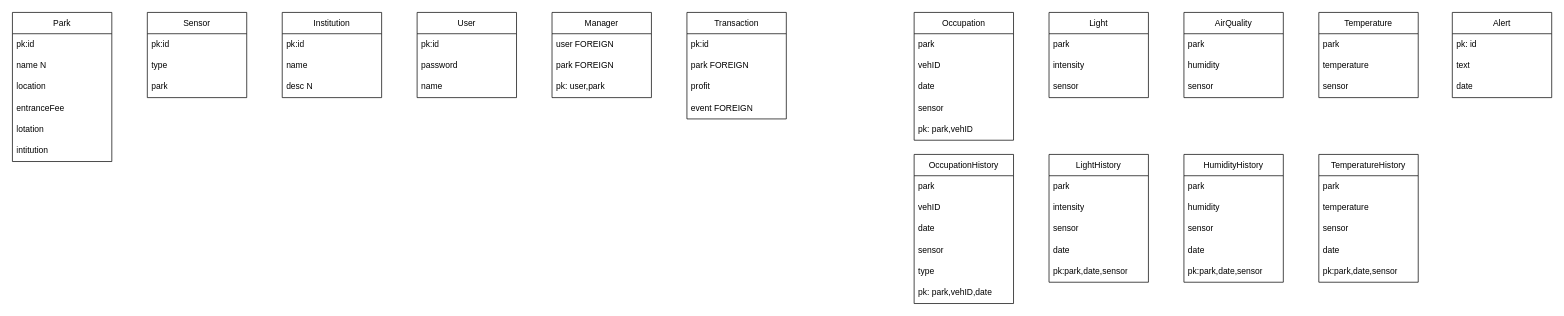
Earlier version of the draw.io diagram Planning/DB/DM.drawio (VicS18/ies-2023-snap-park). Source tidied: cells renumbered, new cells numbered last; positions are measured from the earlier drawing's top-left corner, leaving out a move shared by most shapes. Both pictures are drawn from the tidied source at 71%, with x=0, y=0 at pixel (12, 12).
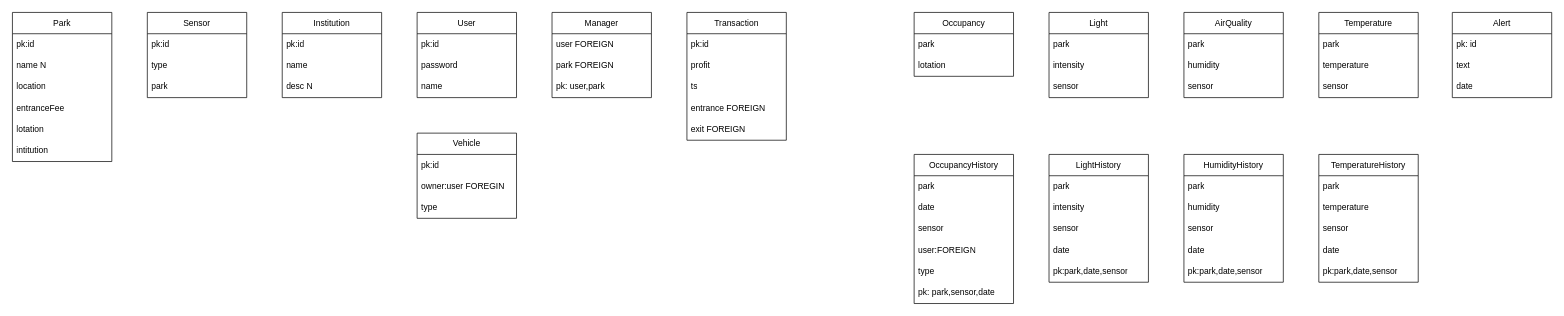
The same page after the edit.

Change to the diagram source:
```diff
@@
-    <mxCell id="51" value="Occupation" style="swimlane;fontStyle=0;horizontal=1;startSize=30;whiteSpace=wrap;html=1;" parent="1" vertex="1">
-      <mxGeometry x="1270" width="140" height="180" as="geometry" />
+    <mxCell id="51" value="Occupancy" style="swimlane;fontStyle=0;horizontal=1;startSize=30;whiteSpace=wrap;html=1;" parent="1" vertex="1">
+      <mxGeometry x="1270" width="140" height="90" as="geometry" />
     </mxCell>
@@
-    <mxCell id="53" value="vehID" style="text;strokeColor=none;fillColor=none;align=left;verticalAlign=middle;spacingLeft=4;spacingRight=4;overflow=hidden;whiteSpace=wrap;html=1;" parent="51" vertex="1">
+    <mxCell id="53" value="lotation" style="text;strokeColor=none;fillColor=none;align=left;verticalAlign=middle;spacingLeft=4;spacingRight=4;overflow=hidden;whiteSpace=wrap;html=1;" parent="51" vertex="1">
       <mxGeometry y="60" width="140" height="30" as="geometry" />
     </mxCell>
-    <mxCell id="54" value="date" style="text;strokeColor=none;fillColor=none;align=left;verticalAlign=middle;spacingLeft=4;spacingRight=4;overflow=hidden;whiteSpace=wrap;html=1;" parent="51" vertex="1">
-      <mxGeometry y="90" width="140" height="30" as="geometry" />
-    </mxCell>
-    <mxCell id="55" value="sensor" style="text;strokeColor=none;fillColor=none;align=left;verticalAlign=middle;spacingLeft=4;spacingRight=4;overflow=hidden;whiteSpace=wrap;html=1;" parent="51" vertex="1">
-      <mxGeometry y="120" width="140" height="30" as="geometry" />
-    </mxCell>
-    <mxCell id="56" value="pk: park,vehID" style="text;strokeColor=none;fillColor=none;align=left;verticalAlign=middle;spacingLeft=4;spacingRight=4;overflow=hidden;whiteSpace=wrap;html=1;" parent="51" vertex="1">
-      <mxGeometry y="150" width="140" height="30" as="geometry" />
-    </mxCell>
-    <mxCell id="57" value="OccupationHistory" style="swimlane;fontStyle=0;horizontal=1;startSize=30;whiteSpace=wrap;html=1;" parent="1" vertex="1">
+    <mxCell id="57" value="OccupancyHistory" style="swimlane;fontStyle=0;horizontal=1;startSize=30;whiteSpace=wrap;html=1;" parent="1" vertex="1">
       <mxGeometry x="1270" y="200" width="140" height="210" as="geometry" />
     </mxCell>
@@
-    <mxCell id="59" value="vehID" style="text;strokeColor=none;fillColor=none;align=left;verticalAlign=middle;spacingLeft=4;spacingRight=4;overflow=hidden;whiteSpace=wrap;html=1;" parent="57" vertex="1">
-      <mxGeometry y="60" width="140" height="30" as="geometry" />
-    </mxCell>
     <mxCell id="60" value="date" style="text;strokeColor=none;fillColor=none;align=left;verticalAlign=middle;spacingLeft=4;spacingRight=4;overflow=hidden;whiteSpace=wrap;html=1;" parent="57" vertex="1">
-      <mxGeometry y="90" width="140" height="30" as="geometry" />
+      <mxGeometry y="60" width="140" height="30" as="geometry" />
     </mxCell>
     <mxCell id="61" value="sensor" style="text;strokeColor=none;fillColor=none;align=left;verticalAlign=middle;spacingLeft=4;spacingRight=4;overflow=hidden;whiteSpace=wrap;html=1;" parent="57" vertex="1">
-      <mxGeometry y="120" width="140" height="30" as="geometry" />
+      <mxGeometry y="90" width="140" height="30" as="geometry" />
     </mxCell>
+    <mxCell id="77" value="user:FOREIGN" style="text;strokeColor=none;fillColor=none;align=left;verticalAlign=middle;spacingLeft=4;spacingRight=4;overflow=hidden;whiteSpace=wrap;html=1;" parent="57" vertex="1">
+      <mxGeometry y="120" width="140" height="30" as="geometry" />
+    </mxCell>
@@
-    <mxCell id="63" value="pk: park,vehID,date" style="text;strokeColor=none;fillColor=none;align=left;verticalAlign=middle;spacingLeft=4;spacingRight=4;overflow=hidden;whiteSpace=wrap;html=1;" parent="57" vertex="1">
+    <mxCell id="63" value="pk: park,sensor,date" style="text;strokeColor=none;fillColor=none;align=left;verticalAlign=middle;spacingLeft=4;spacingRight=4;overflow=hidden;whiteSpace=wrap;html=1;" parent="57" vertex="1">
       <mxGeometry y="180" width="140" height="30" as="geometry" />
     </mxCell>
@@
     <mxCell id="72" value="Transaction" style="swimlane;fontStyle=0;horizontal=1;startSize=30;whiteSpace=wrap;html=1;" parent="1" vertex="1">
-      <mxGeometry x="950" width="140" height="150" as="geometry" />
+      <mxGeometry x="950" width="140" height="180" as="geometry" />
     </mxCell>
@@
-    <mxCell id="74" value="park FOREIGN" style="text;strokeColor=none;fillColor=none;align=left;verticalAlign=middle;spacingLeft=4;spacingRight=4;overflow=hidden;whiteSpace=wrap;html=1;" parent="72" vertex="1">
-      <mxGeometry y="60" width="140" height="30" as="geometry" />
-    </mxCell>
     <mxCell id="75" value="profit" style="text;strokeColor=none;fillColor=none;align=left;verticalAlign=middle;spacingLeft=4;spacingRight=4;overflow=hidden;whiteSpace=wrap;html=1;" parent="72" vertex="1">
-      <mxGeometry y="90" width="140" height="30" as="geometry" />
+      <mxGeometry y="60" width="140" height="30" as="geometry" />
     </mxCell>
+    <mxCell id="78" value="ts" style="text;strokeColor=none;fillColor=none;align=left;verticalAlign=middle;spacingLeft=4;spacingRight=4;overflow=hidden;whiteSpace=wrap;html=1;" parent="72" vertex="1">
+      <mxGeometry y="90" width="140" height="30" as="geometry" />
+    </mxCell>
+    <mxCell id="79" value="entrance FOREIGN" style="text;strokeColor=none;fillColor=none;align=left;verticalAlign=middle;spacingLeft=4;spacingRight=4;overflow=hidden;whiteSpace=wrap;html=1;" parent="72" vertex="1">
+      <mxGeometry y="120" width="140" height="30" as="geometry" />
+    </mxCell>
-    <mxCell id="76" value="event FOREIGN" style="text;strokeColor=none;fillColor=none;align=left;verticalAlign=middle;spacingLeft=4;spacingRight=4;overflow=hidden;whiteSpace=wrap;html=1;" parent="72" vertex="1">
-      <mxGeometry y="120" width="140" height="30" as="geometry" />
+    <mxCell id="76" value="exit FOREIGN" style="text;strokeColor=none;fillColor=none;align=left;verticalAlign=middle;spacingLeft=4;spacingRight=4;overflow=hidden;whiteSpace=wrap;html=1;" parent="72" vertex="1">
+      <mxGeometry y="150" width="140" height="30" as="geometry" />
     </mxCell>
+    <mxCell id="80" value="Vehicle" style="swimlane;fontStyle=0;horizontal=1;startSize=30;whiteSpace=wrap;html=1;" parent="1" vertex="1">
+      <mxGeometry x="570" y="170" width="140" height="120" as="geometry" />
+    </mxCell>
+    <mxCell id="81" value="pk:id" style="text;strokeColor=none;fillColor=none;align=left;verticalAlign=middle;spacingLeft=4;spacingRight=4;overflow=hidden;whiteSpace=wrap;html=1;" parent="80" vertex="1">
+      <mxGeometry y="30" width="140" height="30" as="geometry" />
+    </mxCell>
+    <mxCell id="82" value="owner:user FOREGIN" style="text;strokeColor=none;fillColor=none;align=left;verticalAlign=middle;spacingLeft=4;spacingRight=4;overflow=hidden;whiteSpace=wrap;html=1;" parent="80" vertex="1">
+      <mxGeometry y="60" width="140" height="30" as="geometry" />
+    </mxCell>
+    <mxCell id="83" value="type" style="text;strokeColor=none;fillColor=none;align=left;verticalAlign=middle;spacingLeft=4;spacingRight=4;overflow=hidden;whiteSpace=wrap;html=1;" parent="80" vertex="1">
+      <mxGeometry y="90" width="140" height="30" as="geometry" />
+    </mxCell>
```
